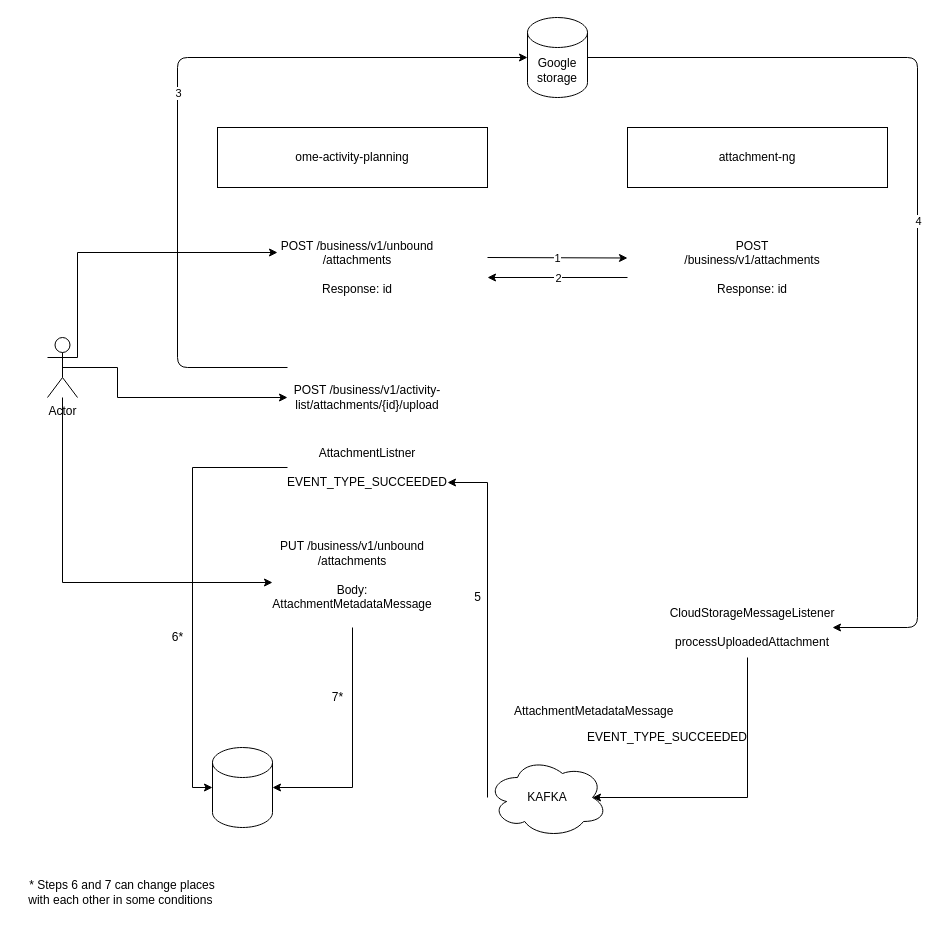
This is 3.drawio from margarita-sk/JavaTheoreticalKnowledge, a draw.io file, before an edit. Source tidied: cells renumbered, new cells numbered last; positions are measured from the earlier drawing's top-left corner, leaving out a move shared by most shapes. Both pictures are drawn from the tidied source at 100%, with x=0, y=0 at pixel (17, 17).
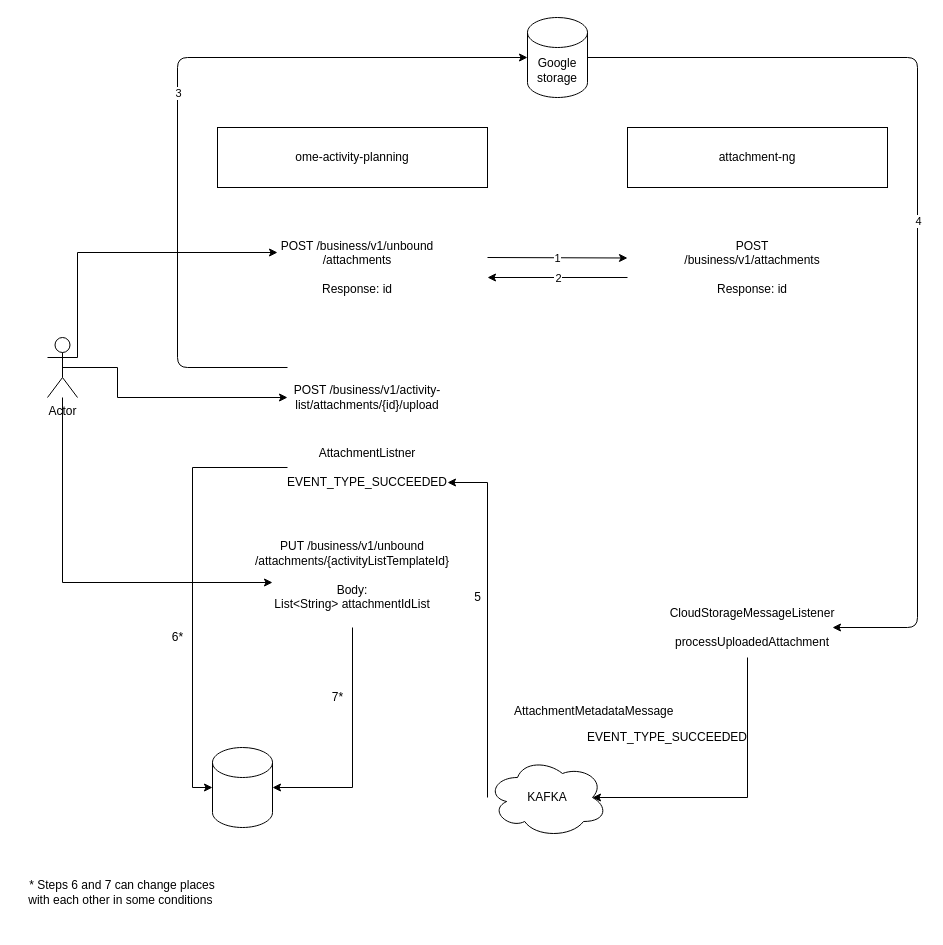
The same page after the edit.

Diff of the diagram source:
```diff
@@
-    <mxCell id="26" value="PUT /business/v1/unbound&lt;br&gt;/attachments&lt;br&gt;&lt;br&gt;Body:&lt;br&gt;&lt;span&gt;AttachmentMetadataMessage&lt;br&gt;&lt;br&gt;&lt;/span&gt;" style="text;html=1;strokeColor=none;fillColor=none;align=center;verticalAlign=middle;whiteSpace=wrap;rounded=0;" parent="1" vertex="1">
+    <mxCell id="26" value="PUT /business/v1/unbound&lt;br&gt;/attachments/{activityListTemplateId}&lt;br&gt;&lt;br&gt;Body:&lt;br&gt;&lt;span&gt;List&amp;lt;String&amp;gt; attachmentIdList&lt;br&gt;&lt;br&gt;&lt;/span&gt;" style="text;html=1;strokeColor=none;fillColor=none;align=center;verticalAlign=middle;whiteSpace=wrap;rounded=0;" parent="1" vertex="1">
       <mxGeometry x="255" y="520" width="160" height="90" as="geometry" />
     </mxCell>
```
